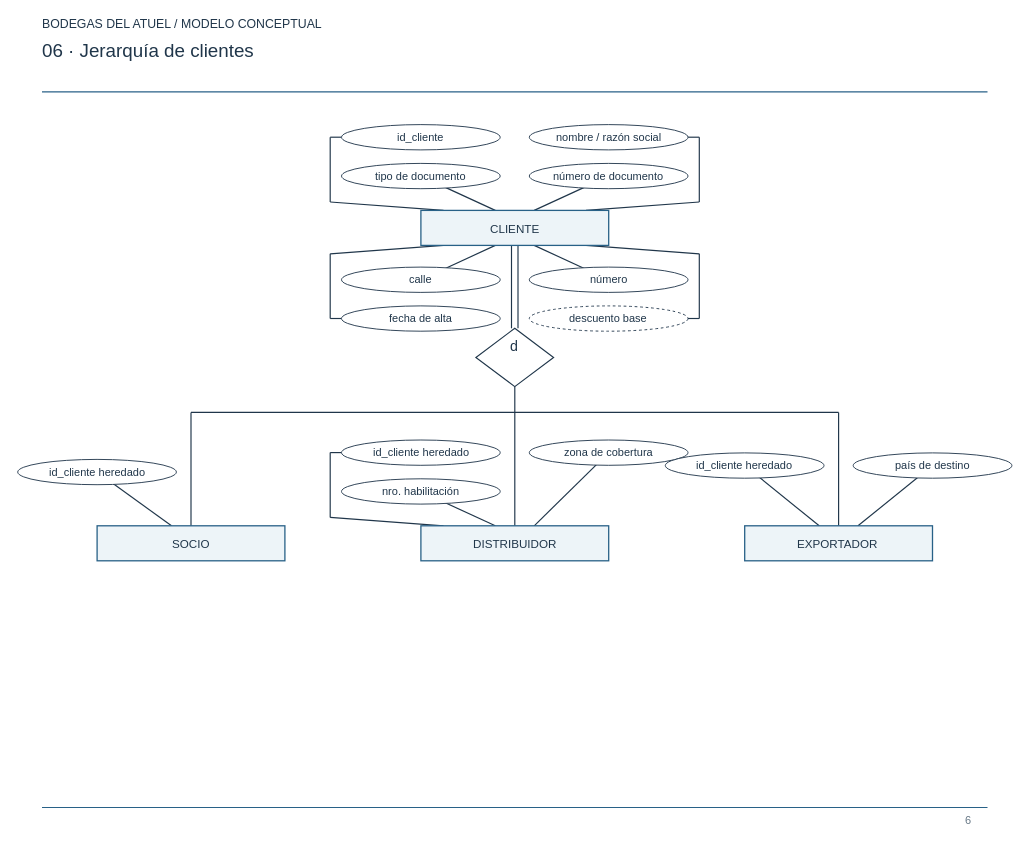
Above: page "06 · Jerarquía de clientes" (6 of 10) of docs/Etapa_1/DER_Bodegas_del_Atuel.drawio in Nehuenvvnn/Proyecto_Bodegas_del_Atuel (draw.io), before the change. Source tidied: cells renumbered, new cells numbered last; positions are measured from the earlier drawing's top-left corner, leaving out a move shared by most shapes. Both pictures are drawn from the tidied source at 100%, with x=0, y=0 at pixel (17, 18).
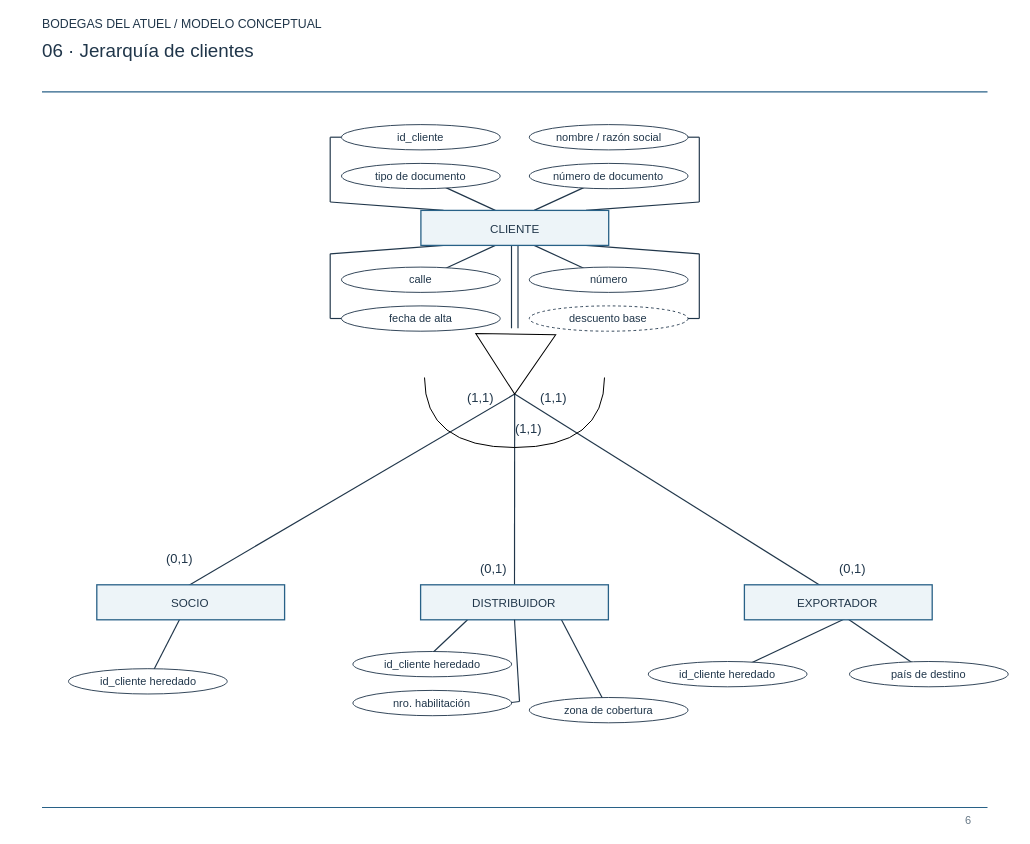
The same diagram, later.

Commit message:
Agrega diagrama editable del DER

What changed in the source:
```diff
@@
-    <mxCell id="22" style="endArrow=none;startArrow=none;rounded=0;strokeColor=#20364a;strokeWidth=1.1656944;dashed=0;" parent="1" edge="1">
-      <mxGeometry relative="1" as="geometry">
-        <mxPoint x="497.3" y="368" as="sourcePoint" />
-        <mxPoint x="497.3" y="393.9" as="targetPoint" />
-      </mxGeometry>
-    </mxCell>
-    <mxCell id="23" style="endArrow=none;startArrow=none;rounded=0;strokeColor=#20364a;strokeWidth=1.1656944;dashed=0;" parent="1" edge="1">
-      <mxGeometry relative="1" as="geometry">
-        <mxPoint x="173.5" y="393.9" as="sourcePoint" />
-        <mxPoint x="821.1" y="393.9" as="targetPoint" />
-      </mxGeometry>
-    </mxCell>
-    <mxCell id="24" style="endArrow=none;startArrow=none;rounded=0;strokeColor=#20364a;strokeWidth=1.1656944;dashed=0;" parent="1" edge="1">
-      <mxGeometry relative="1" as="geometry">
-        <mxPoint x="173.5" y="393.9" as="sourcePoint" />
-        <mxPoint x="173.5" y="507.3" as="targetPoint" />
-      </mxGeometry>
+    <mxCell id="24" style="endArrow=none;startArrow=none;rounded=0;strokeColor=#20364a;strokeWidth=1.1656944;dashed=0;exitX=1;exitY=0.5;exitDx=0;exitDy=0;entryX=0.473;entryY=0.067;entryDx=0;entryDy=0;entryPerimeter=0;" parent="1" edge="1" source="80" target="40">
+      <mxGeometry relative="1" as="geometry" />
     </mxCell>
-    <mxCell id="25" style="endArrow=none;startArrow=none;rounded=0;strokeColor=#20364a;strokeWidth=1.1656944;dashed=0;" parent="1" edge="1">
+    <mxCell id="25" style="endArrow=none;startArrow=none;rounded=0;strokeColor=#20364a;strokeWidth=1.1656944;dashed=0;exitX=0.5;exitY=0;exitDx=0;exitDy=0;" parent="1" edge="1" source="70">
       <mxGeometry relative="1" as="geometry">
-        <mxPoint x="154" y="507.3" as="sourcePoint" />
-        <mxPoint x="79.6" y="453.5" as="targetPoint" />
+        <mxPoint x="130.4" y="662.8" as="targetPoint" />
       </mxGeometry>
     </mxCell>
     <mxCell id="26" style="endArrow=none;startArrow=none;rounded=0;strokeColor=#20364a;strokeWidth=0.647608;dashed=0;" parent="1" edge="1">
       <mxGeometry relative="1" as="geometry">
-        <mxPoint x="31.8" y="458.7" as="sourcePoint" />
-        <mxPoint x="127.3" y="458.7" as="targetPoint" />
+        <mxPoint x="82.6" y="668" as="sourcePoint" />
+        <mxPoint x="178.1" y="668" as="targetPoint" />
       </mxGeometry>
     </mxCell>
-    <mxCell id="27" style="endArrow=none;startArrow=none;rounded=0;strokeColor=#20364a;strokeWidth=1.1656944;dashed=0;" parent="1" edge="1">
+    <mxCell id="27" style="endArrow=none;startArrow=none;rounded=0;strokeColor=#20364a;strokeWidth=1.1656944;dashed=0;exitX=1;exitY=0.5;exitDx=0;exitDy=0;" parent="1" edge="1" source="80">
       <mxGeometry relative="1" as="geometry">
-        <mxPoint x="497.3" y="393.9" as="sourcePoint" />
-        <mxPoint x="497.3" y="507.3" as="targetPoint" />
+        <mxPoint x="497" y="566.3" as="targetPoint" />
       </mxGeometry>
     </mxCell>
-    <mxCell id="28" style="endArrow=none;startArrow=none;rounded=0;strokeColor=#20364a;strokeWidth=1.1656944;dashed=0;" parent="1" edge="1">
-      <mxGeometry relative="1" as="geometry">
-        <mxPoint x="426" y="507.3" as="sourcePoint" />
-        <mxPoint x="312.7" y="498.9" as="targetPoint" />
-      </mxGeometry>
-    </mxCell>
-    <mxCell id="29" style="endArrow=none;startArrow=none;rounded=0;strokeColor=#20364a;strokeWidth=1.1656944;dashed=0;" parent="1" edge="1">
-      <mxGeometry relative="1" as="geometry">
-        <mxPoint x="312.7" y="498.9" as="sourcePoint" />
-        <mxPoint x="312.7" y="434.1" as="targetPoint" />
-      </mxGeometry>
-    </mxCell>
-    <mxCell id="30" style="endArrow=none;startArrow=none;rounded=0;strokeColor=#20364a;strokeWidth=1.1656944;dashed=0;" parent="1" edge="1">
-      <mxGeometry relative="1" as="geometry">
-        <mxPoint x="312.7" y="434.1" as="sourcePoint" />
-        <mxPoint x="324" y="434.1" as="targetPoint" />
-      </mxGeometry>
-    </mxCell>
-    <mxCell id="31" style="endArrow=none;startArrow=none;rounded=0;strokeColor=#20364a;strokeWidth=1.1656944;dashed=0;" parent="1" edge="1">
+    <mxCell id="31" style="endArrow=none;startArrow=none;rounded=0;strokeColor=#20364a;strokeWidth=1.1656944;dashed=0;exitX=0.75;exitY=1;exitDx=0;exitDy=0;" parent="1" edge="1" source="41">
       <mxGeometry relative="1" as="geometry">
-        <mxPoint x="516.7" y="507.3" as="sourcePoint" />
-        <mxPoint x="591.2" y="434.1" as="targetPoint" />
+        <mxPoint x="591.2" y="691.7" as="targetPoint" />
       </mxGeometry>
     </mxCell>
-    <mxCell id="32" style="endArrow=none;startArrow=none;rounded=0;strokeColor=#20364a;strokeWidth=1.1656944;dashed=0;" parent="1" edge="1">
+    <mxCell id="32" style="endArrow=none;startArrow=none;rounded=0;strokeColor=#20364a;strokeWidth=1.1656944;dashed=0;exitX=0.25;exitY=1;exitDx=0;exitDy=0;" parent="1" edge="1" source="41">
       <mxGeometry relative="1" as="geometry">
-        <mxPoint x="477.8" y="507.3" as="sourcePoint" />
-        <mxPoint x="403.4" y="473" as="targetPoint" />
+        <mxPoint x="398.2" y="650.2" as="targetPoint" />
       </mxGeometry>
     </mxCell>
     <mxCell id="33" style="endArrow=none;startArrow=none;rounded=0;strokeColor=#20364a;strokeWidth=0.647608;dashed=0;" parent="1" edge="1">
       <mxGeometry relative="1" as="geometry">
-        <mxPoint x="355.6" y="439.3" as="sourcePoint" />
-        <mxPoint x="451.1" y="439.3" as="targetPoint" />
+        <mxPoint x="367" y="650.8" as="sourcePoint" />
+        <mxPoint x="462.4" y="650.8" as="targetPoint" />
       </mxGeometry>
     </mxCell>
-    <mxCell id="34" style="endArrow=none;startArrow=none;rounded=0;strokeColor=#20364a;strokeWidth=1.1656944;dashed=0;" parent="1" edge="1">
-      <mxGeometry relative="1" as="geometry">
-        <mxPoint x="821.1" y="393.9" as="sourcePoint" />
-        <mxPoint x="821.1" y="507.3" as="targetPoint" />
-      </mxGeometry>
+    <mxCell id="34" style="endArrow=none;startArrow=none;rounded=0;strokeColor=#20364a;strokeWidth=1.1656944;dashed=0;exitX=1;exitY=0.5;exitDx=0;exitDy=0;entryX=0.5;entryY=0;entryDx=0;entryDy=0;" parent="1" edge="1" source="80" target="72">
+      <mxGeometry relative="1" as="geometry" />
     </mxCell>
-    <mxCell id="35" style="endArrow=none;startArrow=none;rounded=0;strokeColor=#20364a;strokeWidth=1.1656944;dashed=0;" parent="1" edge="1">
+    <mxCell id="35" style="endArrow=none;startArrow=none;rounded=0;strokeColor=#20364a;strokeWidth=1.1656944;dashed=0;exitX=0.535;exitY=0.972;exitDx=0;exitDy=0;exitPerimeter=0;" parent="1" edge="1" source="42">
       <mxGeometry relative="1" as="geometry">
-        <mxPoint x="801.7" y="507.3" as="sourcePoint" />
-        <mxPoint x="727.2" y="447" as="targetPoint" />
+        <mxPoint x="710.2" y="655.6" as="targetPoint" />
       </mxGeometry>
     </mxCell>
-    <mxCell id="36" style="endArrow=none;startArrow=none;rounded=0;strokeColor=#20364a;strokeWidth=1.1656944;dashed=0;" parent="1" edge="1">
+    <mxCell id="36" style="endArrow=none;startArrow=none;rounded=0;strokeColor=#20364a;strokeWidth=1.1656944;dashed=0;exitX=0.53;exitY=0.901;exitDx=0;exitDy=0;exitPerimeter=0;" parent="1" edge="1" source="42">
       <mxGeometry relative="1" as="geometry">
-        <mxPoint x="840.5" y="507.3" as="sourcePoint" />
-        <mxPoint x="915" y="447" as="targetPoint" />
+        <mxPoint x="911.3" y="655.6" as="targetPoint" />
       </mxGeometry>
     </mxCell>
     <mxCell id="37" style="endArrow=none;startArrow=none;rounded=0;strokeColor=#20364a;strokeWidth=0.647608;dashed=0;" parent="1" edge="1">
       <mxGeometry relative="1" as="geometry">
-        <mxPoint x="679.4" y="452.2" as="sourcePoint" />
-        <mxPoint x="774.9" y="452.2" as="targetPoint" />
+        <mxPoint x="662.4" y="660.8" as="sourcePoint" />
+        <mxPoint x="757.9" y="660.8" as="targetPoint" />
       </mxGeometry>
     </mxCell>
@@
     <mxCell id="40" style="rounded=0;strokeColor=#286187;fillColor=#edf4f8;strokeWidth=1.295216;dashed=0;" parent="1" vertex="1">
-      <mxGeometry x="79.6" y="507.3" width="187.8" height="35" as="geometry" />
+      <mxGeometry x="79.3" y="566.3" width="187.8" height="35" as="geometry" />
     </mxCell>
     <mxCell id="41" style="rounded=0;strokeColor=#286187;fillColor=#edf4f8;strokeWidth=1.295216;dashed=0;" parent="1" vertex="1">
-      <mxGeometry x="403.4" y="507.3" width="187.8" height="35" as="geometry" />
+      <mxGeometry x="403.1" y="566.3" width="187.8" height="35" as="geometry" />
     </mxCell>
     <mxCell id="42" style="rounded=0;strokeColor=#286187;fillColor=#edf4f8;strokeWidth=1.295216;dashed=0;" parent="1" vertex="1">
-      <mxGeometry x="727.2" y="507.3" width="187.8" height="35" as="geometry" />
+      <mxGeometry x="726.9" y="566.3" width="187.8" height="35" as="geometry" />
     </mxCell>
@@
-    <mxCell id="51" style="rhombus;strokeColor=#20364a;fillColor=#ffffff;strokeWidth=1.1656944;dashed=0;" parent="1" vertex="1">
-      <mxGeometry x="458.4" y="309.8" width="77.7" height="58.3" as="geometry" />
-    </mxCell>
     <mxCell id="52" style="ellipse;strokeColor=#20364a;fillColor=#ffffff;strokeWidth=0.9066511999999999;dashed=0;" parent="1" vertex="1">
-      <mxGeometry x="0.2" y="440.9" width="158.7" height="25.3" as="geometry" />
+      <mxGeometry x="51" y="650.2" width="158.7" height="25.3" as="geometry" />
     </mxCell>
     <mxCell id="53" style="ellipse;strokeColor=#20364a;fillColor=#ffffff;strokeWidth=0.9066511999999999;dashed=0;" parent="1" vertex="1">
-      <mxGeometry x="324" y="421.5" width="158.7" height="25.3" as="geometry" />
+      <mxGeometry x="335.4" y="633" width="158.7" height="25.3" as="geometry" />
     </mxCell>
     <mxCell id="54" style="ellipse;strokeColor=#20364a;fillColor=#ffffff;strokeWidth=0.9066511999999999;dashed=0;" parent="1" vertex="1">
-      <mxGeometry x="511.8" y="421.5" width="158.7" height="25.3" as="geometry" />
+      <mxGeometry x="511.8" y="679" width="158.7" height="25.3" as="geometry" />
     </mxCell>
     <mxCell id="55" style="ellipse;strokeColor=#20364a;fillColor=#ffffff;strokeWidth=0.9066511999999999;dashed=0;" parent="1" vertex="1">
-      <mxGeometry x="324" y="460.3" width="158.7" height="25.3" as="geometry" />
+      <mxGeometry x="335.4" y="671.9" width="158.7" height="25.3" as="geometry" />
     </mxCell>
     <mxCell id="56" style="ellipse;strokeColor=#20364a;fillColor=#ffffff;strokeWidth=0.9066511999999999;dashed=0;" parent="1" vertex="1">
-      <mxGeometry x="647.8" y="434.4" width="158.7" height="25.3" as="geometry" />
+      <mxGeometry x="630.8" y="643" width="158.7" height="25.3" as="geometry" />
     </mxCell>
     <mxCell id="57" style="ellipse;strokeColor=#20364a;fillColor=#ffffff;strokeWidth=0.9066511999999999;dashed=0;" parent="1" vertex="1">
-      <mxGeometry x="835.7" y="434.4" width="158.7" height="25.3" as="geometry" />
+      <mxGeometry x="832" y="643" width="158.7" height="25.3" as="geometry" />
     </mxCell>
@@
-    <mxCell id="69" value="d" style="text;html=0;align=left;verticalAlign=middle;whiteSpace=wrap;overflow=visible;spacing=0;fontFamily=Arial;fontSize=14.247376000000031;fontColor=#20364a;" parent="1" vertex="1">
-      <mxGeometry x="493.3" y="321.2" width="8.7" height="14.2" as="geometry" />
-    </mxCell>
     <mxCell id="70" value="SOCIO" style="text;html=0;align=left;verticalAlign=middle;whiteSpace=wrap;overflow=visible;spacing=0;fontFamily=Arial;fontSize=11.65694400000001;fontColor=#20364a;" parent="1" vertex="1">
-      <mxGeometry x="154.7" y="519.4" width="38.4" height="11.7" as="geometry" />
+      <mxGeometry x="154.4" y="578.5" width="38.4" height="11.7" as="geometry" />
     </mxCell>
     <mxCell id="71" value="DISTRIBUIDOR" style="text;html=0;align=left;verticalAlign=middle;whiteSpace=wrap;overflow=visible;spacing=0;fontFamily=Arial;fontSize=11.65694400000001;fontColor=#20364a;" parent="1" vertex="1">
-      <mxGeometry x="455.5" y="519.4" width="84.3" height="11.7" as="geometry" />
+      <mxGeometry x="455.3" y="578.5" width="84.3" height="11.7" as="geometry" />
     </mxCell>
     <mxCell id="72" value="EXPORTADOR" style="text;html=0;align=left;verticalAlign=middle;whiteSpace=wrap;overflow=visible;spacing=0;fontFamily=Arial;fontSize=11.65694400000001;fontColor=#20364a;" parent="1" vertex="1">
-      <mxGeometry x="780.3" y="519.4" width="82.4" height="11.7" as="geometry" />
+      <mxGeometry x="780" y="578.5" width="82.4" height="11.7" as="geometry" />
     </mxCell>
     <mxCell id="73" value="id_cliente heredado" style="text;html=0;align=left;verticalAlign=middle;whiteSpace=wrap;overflow=visible;spacing=0;fontFamily=Arial;fontSize=11.009336000000019;fontColor=#20364a;" parent="1" vertex="1">
-      <mxGeometry x="31.8" y="448.1" width="96.3" height="11" as="geometry" />
+      <mxGeometry x="82.6" y="657.3" width="96.3" height="11" as="geometry" />
     </mxCell>
     <mxCell id="74" value="id_cliente heredado" style="text;html=0;align=left;verticalAlign=middle;whiteSpace=wrap;overflow=visible;spacing=0;fontFamily=Arial;fontSize=11.009336000000019;fontColor=#20364a;" parent="1" vertex="1">
-      <mxGeometry x="355.6" y="428.6" width="96.3" height="11" as="geometry" />
+      <mxGeometry x="367" y="640.2" width="96.3" height="11" as="geometry" />
     </mxCell>
     <mxCell id="75" value="zona de cobertura" style="text;html=0;align=left;verticalAlign=middle;whiteSpace=wrap;overflow=visible;spacing=0;fontFamily=Arial;fontSize=11.009336000000019;fontColor=#20364a;" parent="1" vertex="1">
-      <mxGeometry x="546.8" y="428.6" width="89.5" height="11" as="geometry" />
+      <mxGeometry x="546.8" y="686.2" width="89.5" height="11" as="geometry" />
     </mxCell>
     <mxCell id="76" value="nro. habilitación" style="text;html=0;align=left;verticalAlign=middle;whiteSpace=wrap;overflow=visible;spacing=0;fontFamily=Arial;fontSize=11.009336000000019;fontColor=#20364a;" parent="1" vertex="1">
-      <mxGeometry x="364.8" y="467.5" width="77.9" height="11" as="geometry" />
+      <mxGeometry x="376.1" y="679" width="77.9" height="11" as="geometry" />
     </mxCell>
     <mxCell id="77" value="id_cliente heredado" style="text;html=0;align=left;verticalAlign=middle;whiteSpace=wrap;overflow=visible;spacing=0;fontFamily=Arial;fontSize=11.009336000000019;fontColor=#20364a;" parent="1" vertex="1">
-      <mxGeometry x="679.4" y="441.6" width="96.3" height="11" as="geometry" />
+      <mxGeometry x="662.4" y="650.2" width="96.3" height="11" as="geometry" />
     </mxCell>
     <mxCell id="78" value="país de destino" style="text;html=0;align=left;verticalAlign=middle;whiteSpace=wrap;overflow=visible;spacing=0;fontFamily=Arial;fontSize=11.009336000000019;fontColor=#20364a;" parent="1" vertex="1">
-      <mxGeometry x="877.6" y="441.6" width="75.5" height="11" as="geometry" />
+      <mxGeometry x="874" y="650.2" width="75.5" height="11" as="geometry" />
     </mxCell>
@@
+    <mxCell id="80" style="triangle;whiteSpace=wrap;html=1;shapeInside=1;rotation=91;" parent="1" vertex="1">
+      <mxGeometry x="467.7" y="305.6" width="60" height="80" as="geometry" />
+    </mxCell>
+    <mxCell id="81" style="endArrow=none;startArrow=none;rounded=0;strokeColor=#20364a;strokeWidth=1.1656944;dashed=0;entryX=0.5;entryY=1;entryDx=0;entryDy=0;" parent="1" edge="1" target="41">
+      <mxGeometry relative="1" as="geometry">
+        <mxPoint x="502" y="683" as="sourcePoint" />
+      </mxGeometry>
+    </mxCell>
+    <mxCell id="82" style="endArrow=none;startArrow=none;rounded=0;strokeColor=#20364a;strokeWidth=1.1656944;dashed=0;" parent="1" edge="1">
+      <mxGeometry relative="1" as="geometry">
+        <mxPoint x="494" y="684" as="sourcePoint" />
+        <mxPoint x="502" y="683" as="targetPoint" />
+      </mxGeometry>
+    </mxCell>
+    <mxCell id="83" style="shape=requiredInterface;html=1;verticalLabelPosition=bottom;sketch=0;labelPerimeter=1;rotation=90;" parent="1" vertex="1">
+      <mxGeometry x="462" y="304" width="70" height="180" as="geometry" />
+    </mxCell>
+    <mxCell id="84" value="(0,1)" style="text;html=0;align=left;verticalAlign=middle;whiteSpace=wrap;overflow=visible;spacing=0;fontFamily=Arial;fontSize=12.952159999999992;fontColor=#20364a;" parent="1" vertex="1">
+      <mxGeometry x="149.3" y="533" width="29.6" height="13" as="geometry" />
+    </mxCell>
+    <mxCell id="85" value="(0,1)" style="text;html=0;align=left;verticalAlign=middle;whiteSpace=wrap;overflow=visible;spacing=0;fontFamily=Arial;fontSize=12.952159999999992;fontColor=#20364a;" parent="1" vertex="1">
+      <mxGeometry x="463.2" y="543" width="29.6" height="13" as="geometry" />
+    </mxCell>
+    <mxCell id="86" value="(0,1)" style="text;html=0;align=left;verticalAlign=middle;whiteSpace=wrap;overflow=visible;spacing=0;fontFamily=Arial;fontSize=12.952159999999992;fontColor=#20364a;" parent="1" vertex="1">
+      <mxGeometry x="822" y="543" width="29.6" height="13" as="geometry" />
+    </mxCell>
+    <mxCell id="87" value="(1,1)" style="text;html=0;align=left;verticalAlign=middle;whiteSpace=wrap;overflow=visible;spacing=0;fontFamily=Arial;fontSize=12.952159999999992;fontColor=#20364a;" parent="1" vertex="1">
+      <mxGeometry x="449.5" y="372.6" width="29.6" height="13" as="geometry" />
+    </mxCell>
+    <mxCell id="88" value="(1,1)" style="text;html=0;align=left;verticalAlign=middle;whiteSpace=wrap;overflow=visible;spacing=0;fontFamily=Arial;fontSize=12.952159999999992;fontColor=#20364a;" parent="1" vertex="1">
+      <mxGeometry x="522.7" y="372.6" width="29.6" height="13" as="geometry" />
+    </mxCell>
+    <mxCell id="89" value="(1,1)" style="text;html=0;align=left;verticalAlign=middle;whiteSpace=wrap;overflow=visible;spacing=0;fontFamily=Arial;fontSize=12.952159999999992;fontColor=#20364a;" parent="1" vertex="1">
+      <mxGeometry x="498.1" y="403" width="29.6" height="13" as="geometry" />
+    </mxCell>
```
